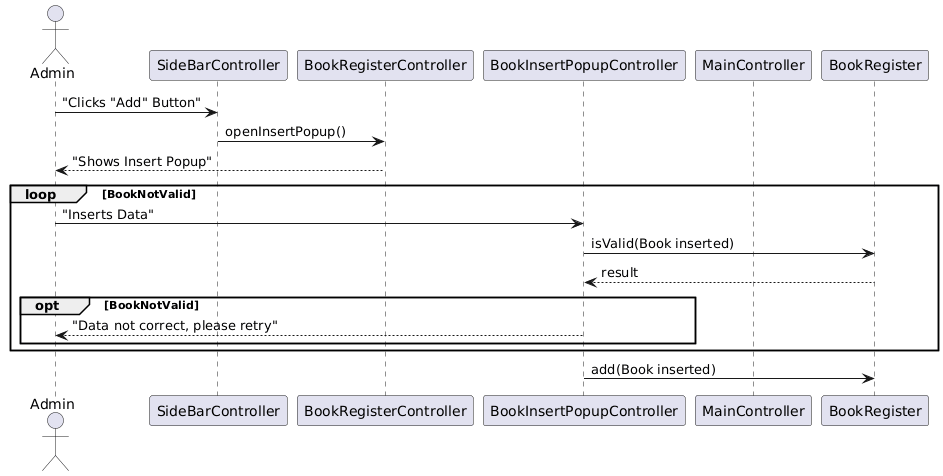
cwke/LibraryManager keeps this PlantUML diagram as docs/Sequence Diagrams/BookInteractions/Add/BookAdd.png. Above is the earlier version. Source of this version:
```plantuml
@startuml




actor Admin

participant SideBarController
participant BookRegisterController
participant BookInsertPopupController
participant MainController
participant BookRegister

Admin -> SideBarController : "Clicks "Add" Button"
SideBarController -> BookRegisterController : openInsertPopup()
BookRegisterController --> Admin : "Shows Insert Popup"
loop BookNotValid
Admin -> BookInsertPopupController : "Inserts Data"
BookInsertPopupController -> BookRegister : isValid(Book inserted)
BookInsertPopupController <-- BookRegister : result
opt BookNotValid
BookInsertPopupController --> Admin : "Data not correct, please retry"
end
end
BookInsertPopupController -> BookRegister : add(Book inserted)
@enduml
```
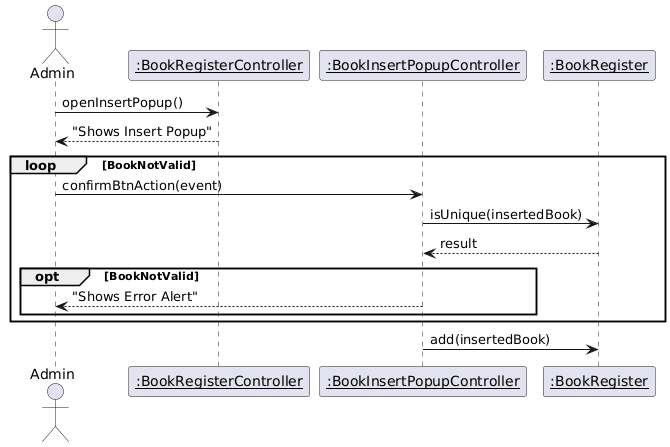
Later version of the same file.

What changed in the source:
```diff
@@ -1,26 +1,20 @@
 @startuml
-
-
-
 
 actor Admin
 
-participant SideBarController
-participant BookRegisterController
-participant BookInsertPopupController
-participant MainController
-participant BookRegister
+participant "<u>:BookRegisterController" as BookRegisterController
+participant "<u>:BookInsertPopupController" as BookInsertPopupController
+participant "<u>:BookRegister" as BookRegister
 
-Admin -> SideBarController : "Clicks "Add" Button"
-SideBarController -> BookRegisterController : openInsertPopup()
+Admin -> BookRegisterController : openInsertPopup()
 BookRegisterController --> Admin : "Shows Insert Popup"
 loop BookNotValid
-Admin -> BookInsertPopupController : "Inserts Data"
-BookInsertPopupController -> BookRegister : isValid(Book inserted)
+Admin -> BookInsertPopupController : confirmBtnAction(event)
+BookInsertPopupController -> BookRegister : isUnique(insertedBook)
 BookInsertPopupController <-- BookRegister : result
 opt BookNotValid
-BookInsertPopupController --> Admin : "Data not correct, please retry"
+BookInsertPopupController --> Admin : "Shows Error Alert"
 end
 end
-BookInsertPopupController -> BookRegister : add(Book inserted)
+BookInsertPopupController -> BookRegister : add(insertedBook)
 @enduml
```
